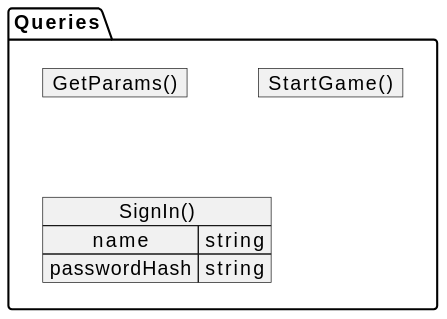
This is diagrams/out/queries.svg from ArayomiRagiko/saber-test, a PlantUML export, as it was before one commit.
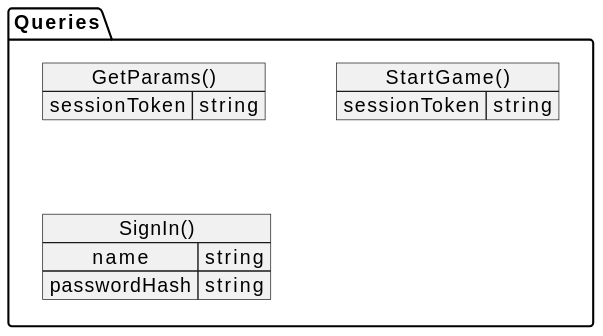
Above is the later version.

The edit, as a diff of the source:
```diff
@@ -1,10 +1,10 @@
 @startuml
 package "Queries" {
 map "GetParams()" as getparams {
-
+sessionToken => string
 }
 map "StartGame()" as startgame {
-
+sessionToken => string
 }
 map "SignIn()" as signin {
 name => string
```
